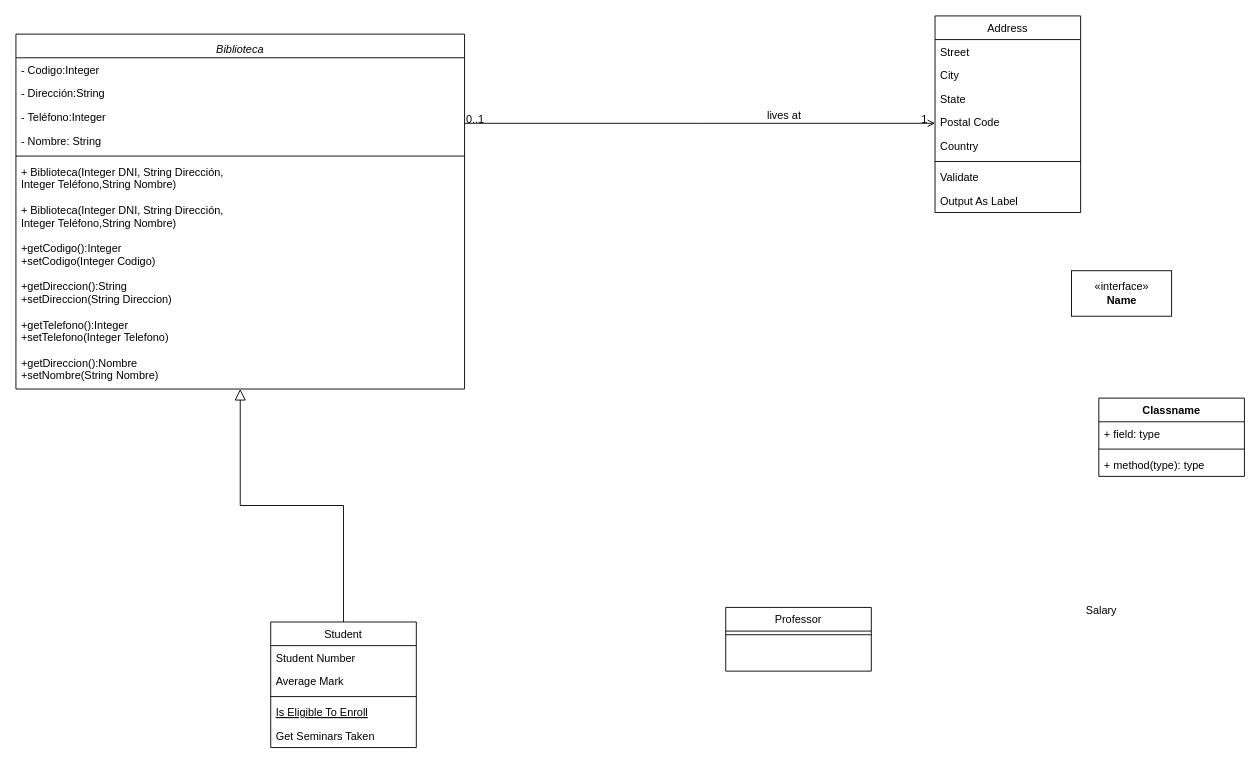
Above: Untitled Diagram.drawio in miguelmm1987/miguelmm1987 (draw.io), before the change. Source tidied: cells renumbered, new cells numbered last; positions are measured from the earlier drawing's top-left corner, leaving out a move shared by most shapes. Both pictures are drawn from the tidied source at 91%, with x=0, y=0 at pixel (15, 15).
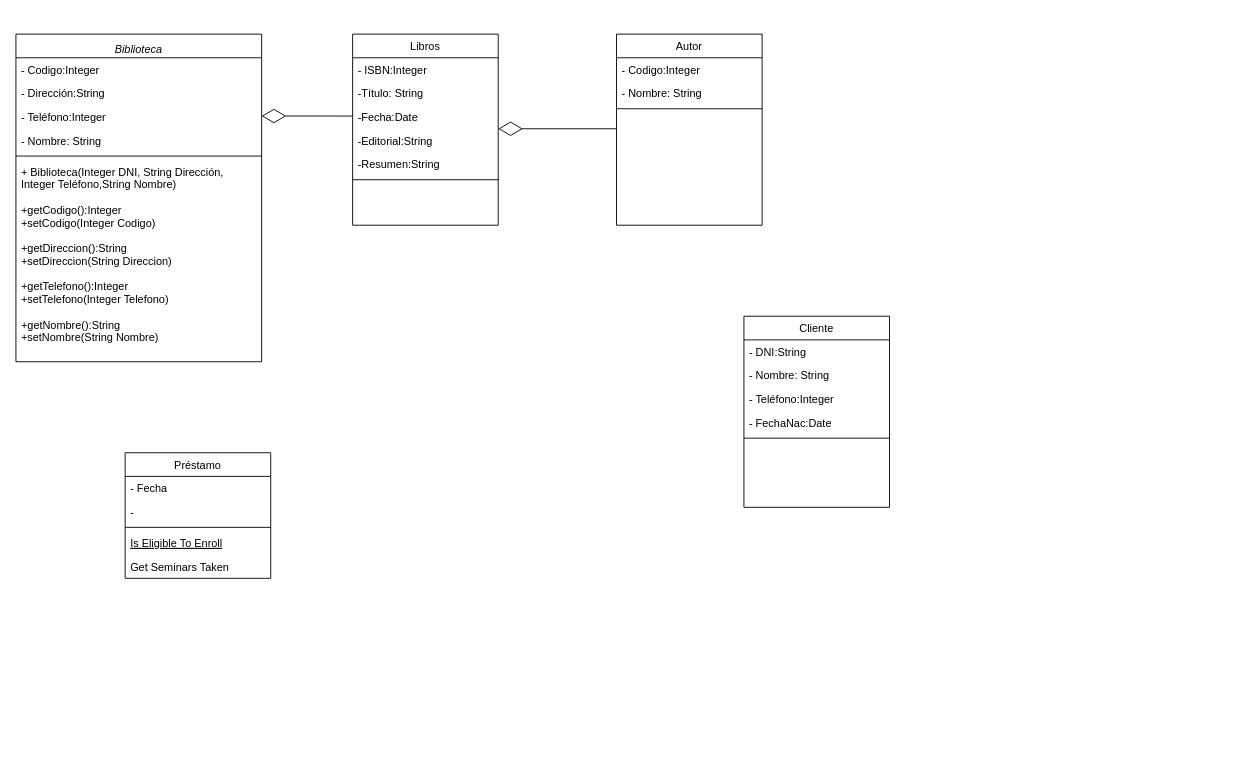
Above is the later version.

What changed in the source:
```diff
@@
     <mxCell id="2" value="Biblioteca" style="swimlane;fontStyle=2;align=center;verticalAlign=bottom;horizontal=1;startSize=26;rounded=0;shadow=0;strokeWidth=1;" parent="1" vertex="1">
-      <mxGeometry y="20" width="493" height="390" as="geometry" />
+      <mxGeometry y="20" width="270" height="360" as="geometry" />
     </mxCell>
     <mxCell id="3" value="- Codigo:Integer" style="text;align=left;verticalAlign=middle;spacingLeft=4;spacingRight=4;overflow=hidden;" parent="2" vertex="1">
-      <mxGeometry y="26" width="493" height="26" as="geometry" />
+      <mxGeometry y="26" width="270" height="26" as="geometry" />
     </mxCell>
     <mxCell id="4" value="- Dirección:String" style="text;align=left;verticalAlign=top;spacingLeft=4;spacingRight=4;overflow=hidden;rounded=0;shadow=0;html=0;" parent="2" vertex="1">
-      <mxGeometry y="52" width="493" height="26" as="geometry" />
+      <mxGeometry y="52" width="270" height="26" as="geometry" />
     </mxCell>
     <mxCell id="5" value="- Teléfono:Integer" style="text;align=left;verticalAlign=top;spacingLeft=4;spacingRight=4;overflow=hidden;rounded=0;shadow=0;html=0;" parent="2" vertex="1">
-      <mxGeometry y="78" width="493" height="26" as="geometry" />
+      <mxGeometry y="78" width="270" height="26" as="geometry" />
     </mxCell>
     <mxCell id="6" value="- Nombre: String" style="text;align=left;verticalAlign=top;spacingLeft=4;spacingRight=4;overflow=hidden;rounded=0;shadow=0;html=0;" parent="2" vertex="1">
-      <mxGeometry y="104" width="493" height="26" as="geometry" />
+      <mxGeometry y="104" width="270" height="26" as="geometry" />
     </mxCell>
     <mxCell id="7" style="line;html=1;strokeWidth=1;align=left;verticalAlign=middle;spacingTop=-1;spacingLeft=3;spacingRight=3;labelPosition=right;" parent="2" vertex="1">
-      <mxGeometry y="130" width="493" height="8" as="geometry" />
+      <mxGeometry y="130" width="270" height="8" as="geometry" />
     </mxCell>
     <mxCell id="8" value="+ Biblioteca(Integer DNI, String Dirección,&#10; Integer Teléfono,String Nombre)" style="text;align=left;verticalAlign=top;spacingLeft=4;spacingRight=4;overflow=hidden;rounded=0;shadow=0;html=0;" parent="2" vertex="1">
-      <mxGeometry y="138" width="493" height="42" as="geometry" />
+      <mxGeometry y="138" width="270" height="42" as="geometry" />
     </mxCell>
-    <mxCell id="9" value="+ Biblioteca(Integer DNI, String Dirección,&#10;Integer Teléfono,String Nombre)" style="text;align=left;verticalAlign=top;spacingLeft=4;spacingRight=4;overflow=hidden;rounded=0;shadow=0;html=0;" parent="2" vertex="1">
-      <mxGeometry y="180" width="493" height="42" as="geometry" />
-    </mxCell>
     <mxCell id="10" value="+getCodigo():Integer&#10;+setCodigo(Integer Codigo)&#10;" style="text;align=left;verticalAlign=top;spacingLeft=4;spacingRight=4;overflow=hidden;rounded=0;shadow=0;html=0;" parent="2" vertex="1">
-      <mxGeometry y="222" width="493" height="42" as="geometry" />
+      <mxGeometry y="180" width="270" height="42" as="geometry" />
     </mxCell>
     <mxCell id="11" value="+getDireccion():String&#10;+setDireccion(String Direccion)&#10;" style="text;align=left;verticalAlign=top;spacingLeft=4;spacingRight=4;overflow=hidden;rounded=0;shadow=0;html=0;" parent="2" vertex="1">
-      <mxGeometry y="264" width="493" height="42" as="geometry" />
+      <mxGeometry y="222" width="270" height="42" as="geometry" />
     </mxCell>
     <mxCell id="12" value="+getTelefono():Integer&#10;+setTelefono(Integer Telefono)" style="text;align=left;verticalAlign=top;spacingLeft=4;spacingRight=4;overflow=hidden;rounded=0;shadow=0;html=0;" parent="2" vertex="1">
-      <mxGeometry y="306" width="493" height="42" as="geometry" />
+      <mxGeometry y="264" width="270" height="42" as="geometry" />
     </mxCell>
-    <mxCell id="13" value="+getDireccion():Nombre&#10;+setNombre(String Nombre)&#10;" style="text;align=left;verticalAlign=top;spacingLeft=4;spacingRight=4;overflow=hidden;rounded=0;shadow=0;html=0;" parent="2" vertex="1">
-      <mxGeometry y="348" width="493" height="42" as="geometry" />
+    <mxCell id="13" value="+getNombre():String&#10;+setNombre(String Nombre)&#10;" style="text;align=left;verticalAlign=top;spacingLeft=4;spacingRight=4;overflow=hidden;rounded=0;shadow=0;html=0;" parent="2" vertex="1">
+      <mxGeometry y="306" width="270" height="42" as="geometry" />
     </mxCell>
-    <mxCell id="14" value="Student" style="swimlane;fontStyle=0;align=center;verticalAlign=top;horizontal=1;startSize=26;rounded=0;shadow=0;strokeWidth=1;" parent="1" vertex="1">
-      <mxGeometry x="280" y="666" width="160" height="138" as="geometry" />
+    <mxCell id="14" value="Préstamo" style="swimlane;fontStyle=0;align=center;verticalAlign=top;horizontal=1;startSize=26;rounded=0;shadow=0;strokeWidth=1;" parent="1" vertex="1">
+      <mxGeometry x="120" y="480" width="160" height="138" as="geometry" />
     </mxCell>
-    <mxCell id="15" value="Student Number" style="text;align=left;verticalAlign=top;spacingLeft=4;spacingRight=4;overflow=hidden;" parent="14" vertex="1">
+    <mxCell id="15" value="- Fecha" style="text;align=left;verticalAlign=top;spacingLeft=4;spacingRight=4;overflow=hidden;" parent="14" vertex="1">
       <mxGeometry y="26" width="160" height="26" as="geometry" />
     </mxCell>
-    <mxCell id="16" value="Average Mark" style="text;align=left;verticalAlign=top;spacingLeft=4;spacingRight=4;overflow=hidden;rounded=0;shadow=0;html=0;" parent="14" vertex="1">
+    <mxCell id="16" value="- " style="text;align=left;verticalAlign=top;spacingLeft=4;spacingRight=4;overflow=hidden;rounded=0;shadow=0;html=0;" parent="14" vertex="1">
       <mxGeometry y="52" width="160" height="26" as="geometry" />
     </mxCell>
@@
-    <mxCell id="20" style="endArrow=block;endSize=10;endFill=0;shadow=0;strokeWidth=1;rounded=0;edgeStyle=elbowEdgeStyle;elbow=vertical;" parent="1" edge="1" source="14" target="2">
-      <mxGeometry relative="1" as="geometry" />
-    </mxCell>
-    <mxCell id="21" value="Professor" style="swimlane;fontStyle=0;align=center;verticalAlign=top;horizontal=1;startSize=26;rounded=0;shadow=0;strokeWidth=1;" parent="1" vertex="1">
-      <mxGeometry x="780" y="650" width="160" height="70" as="geometry" />
-    </mxCell>
-    <mxCell id="22" style="line;html=1;strokeWidth=1;align=left;verticalAlign=middle;spacingTop=-1;spacingLeft=3;spacingRight=3;labelPosition=right;" parent="21" vertex="1">
-      <mxGeometry y="26" width="160" height="8" as="geometry" />
-    </mxCell>
-    <mxCell id="23" value="Address" style="swimlane;fontStyle=0;align=center;verticalAlign=top;horizontal=1;startSize=26;rounded=0;shadow=0;strokeWidth=1;" parent="1" vertex="1">
-      <mxGeometry x="1010" width="160" height="216" as="geometry" />
+    <mxCell id="23" value="Libros" style="swimlane;fontStyle=0;align=center;verticalAlign=top;horizontal=1;startSize=26;rounded=0;shadow=0;strokeWidth=1;" parent="1" vertex="1">
+      <mxGeometry x="370" y="20" width="160" height="210" as="geometry" />
     </mxCell>
-    <mxCell id="24" value="Street" style="text;align=left;verticalAlign=top;spacingLeft=4;spacingRight=4;overflow=hidden;" parent="23" vertex="1">
-      <mxGeometry y="26" width="160" height="26" as="geometry" />
-    </mxCell>
+    <mxCell id="42" value="- ISBN:Integer" style="text;align=left;verticalAlign=middle;spacingLeft=4;spacingRight=4;overflow=hidden;" parent="23" vertex="1">
+      <mxGeometry y="26" width="160" height="26" as="geometry" />
+    </mxCell>
-    <mxCell id="25" value="City" style="text;align=left;verticalAlign=top;spacingLeft=4;spacingRight=4;overflow=hidden;rounded=0;shadow=0;html=0;" parent="23" vertex="1">
+    <mxCell id="25" value="-Título: String" style="text;align=left;verticalAlign=top;spacingLeft=4;spacingRight=4;overflow=hidden;rounded=0;shadow=0;html=0;" parent="23" vertex="1">
       <mxGeometry y="52" width="160" height="26" as="geometry" />
     </mxCell>
-    <mxCell id="26" value="State" style="text;align=left;verticalAlign=top;spacingLeft=4;spacingRight=4;overflow=hidden;points=[[0,0.5],[1,0.5]];portConstraint=eastwest;rounded=0;shadow=0;html=0;" parent="23" vertex="1">
+    <mxCell id="26" value="-Fecha:Date" style="text;align=left;verticalAlign=top;spacingLeft=4;spacingRight=4;overflow=hidden;points=[[0,0.5],[1,0.5]];portConstraint=eastwest;rounded=0;shadow=0;html=0;" parent="23" vertex="1">
       <mxGeometry y="78" width="160" height="26" as="geometry" />
     </mxCell>
+    <mxCell id="43" value="-Editorial:String" style="text;align=left;verticalAlign=top;spacingLeft=4;spacingRight=4;overflow=hidden;rounded=0;shadow=0;html=0;" parent="23" vertex="1">
+      <mxGeometry y="104" width="160" height="26" as="geometry" />
+    </mxCell>
-    <mxCell id="27" value="Postal Code" style="text;align=left;verticalAlign=top;spacingLeft=4;spacingRight=4;overflow=hidden;rounded=0;shadow=0;html=0;" parent="23" vertex="1">
-      <mxGeometry y="104" width="160" height="26" as="geometry" />
+    <mxCell id="27" value="-Resumen:String" style="text;align=left;verticalAlign=top;spacingLeft=4;spacingRight=4;overflow=hidden;rounded=0;shadow=0;html=0;" parent="23" vertex="1">
+      <mxGeometry y="130" width="160" height="26" as="geometry" />
     </mxCell>
-    <mxCell id="28" value="Country" style="text;align=left;verticalAlign=top;spacingLeft=4;spacingRight=4;overflow=hidden;rounded=0;shadow=0;html=0;" parent="23" vertex="1">
-      <mxGeometry y="130" width="160" height="26" as="geometry" />
-    </mxCell>
@@
-    <mxCell id="30" value="Validate" style="text;align=left;verticalAlign=top;spacingLeft=4;spacingRight=4;overflow=hidden;" parent="23" vertex="1">
-      <mxGeometry y="164" width="160" height="26" as="geometry" />
-    </mxCell>
-    <mxCell id="31" value="Output As Label" style="text;align=left;verticalAlign=top;spacingLeft=4;spacingRight=4;overflow=hidden;" parent="23" vertex="1">
-      <mxGeometry y="190" width="160" height="26" as="geometry" />
-    </mxCell>
-    <mxCell id="32" style="endArrow=open;shadow=0;strokeWidth=1;rounded=0;endFill=1;edgeStyle=elbowEdgeStyle;elbow=vertical;" parent="1" edge="1" source="2" target="23">
-      <mxGeometry x="0.5" y="41" relative="1" as="geometry">
-        <mxPoint x="-40" y="32" as="offset" />
-      </mxGeometry>
-    </mxCell>
-    <mxCell id="33" value="0..1" style="align=left;verticalAlign=bottom;labelBackgroundColor=none;fontSize=12;" parent="32" vertex="1">
-      <mxGeometry x="-1" relative="1" as="geometry">
-        <mxPoint y="4" as="offset" />
-      </mxGeometry>
-    </mxCell>
-    <mxCell id="34" value="1" style="align=right;verticalAlign=bottom;labelBackgroundColor=none;fontSize=12;" parent="32" vertex="1">
-      <mxGeometry x="1" relative="1" as="geometry">
-        <mxPoint x="-7" y="4" as="offset" />
-      </mxGeometry>
-    </mxCell>
-    <mxCell id="35" value="lives at" style="text;html=1;align=center;verticalAlign=middle;labelBackgroundColor=none;rounded=0;shadow=0;strokeWidth=1;fontSize=12;" parent="32" vertex="1">
-      <mxGeometry x="0.5" y="49" relative="1" as="geometry">
-        <mxPoint x="-38" y="40" as="offset" />
-      </mxGeometry>
-    </mxCell>
-    <mxCell id="36" value="Classname" style="swimlane;fontStyle=1;align=center;verticalAlign=top;horizontal=1;startSize=26;" parent="1" vertex="1">
-      <mxGeometry x="1190" y="420" width="160" height="86" as="geometry" />
-    </mxCell>
-    <mxCell id="37" value="+ field: type" style="text;strokeColor=none;fillColor=none;align=left;verticalAlign=top;spacingLeft=4;spacingRight=4;overflow=hidden;" parent="36" vertex="1">
-      <mxGeometry y="26" width="160" height="26" as="geometry" />
-    </mxCell>
-    <mxCell id="38" style="line;strokeWidth=1;fillColor=none;align=left;verticalAlign=middle;spacingTop=-1;spacingLeft=3;spacingRight=3;labelPosition=right;" parent="36" vertex="1">
-      <mxGeometry y="52" width="160" height="8" as="geometry" />
-    </mxCell>
-    <mxCell id="39" value="+ method(type): type" style="text;strokeColor=none;fillColor=none;align=left;verticalAlign=top;spacingLeft=4;spacingRight=4;overflow=hidden;" parent="36" vertex="1">
-      <mxGeometry y="60" width="160" height="26" as="geometry" />
-    </mxCell>
-    <mxCell id="40" value="&amp;laquo;interface&amp;raquo;&lt;br&gt;&lt;b&gt;Name&lt;/b&gt;" style="html=1;" parent="1" vertex="1">
-      <mxGeometry x="1160" y="280" width="110" height="50" as="geometry" />
-    </mxCell>
-    <mxCell id="41" value="Salary" style="text;align=left;verticalAlign=top;spacingLeft=4;spacingRight=4;overflow=hidden;" parent="1" vertex="1">
-      <mxGeometry x="1170" y="640" width="160" height="26" as="geometry" />
-    </mxCell>
+    <mxCell id="44" value="Autor" style="swimlane;fontStyle=0;align=center;verticalAlign=top;horizontal=1;startSize=26;rounded=0;shadow=0;strokeWidth=1;" parent="1" vertex="1">
+      <mxGeometry x="660" y="20" width="160" height="210" as="geometry" />
+    </mxCell>
+    <mxCell id="45" value="- Codigo:Integer" style="text;align=left;verticalAlign=middle;spacingLeft=4;spacingRight=4;overflow=hidden;" parent="44" vertex="1">
+      <mxGeometry y="26" width="160" height="26" as="geometry" />
+    </mxCell>
+    <mxCell id="46" value="- Nombre: String" style="text;align=left;verticalAlign=top;spacingLeft=4;spacingRight=4;overflow=hidden;rounded=0;shadow=0;html=0;" parent="44" vertex="1">
+      <mxGeometry y="52" width="160" height="26" as="geometry" />
+    </mxCell>
+    <mxCell id="47" style="line;html=1;strokeWidth=1;align=left;verticalAlign=middle;spacingTop=-1;spacingLeft=3;spacingRight=3;labelPosition=right;" parent="44" vertex="1">
+      <mxGeometry y="78" width="160" height="8" as="geometry" />
+    </mxCell>
+    <mxCell id="48" style="endArrow=diamondThin;endFill=0;endSize=24;html=1;" parent="44" edge="1">
+      <mxGeometry relative="1" as="geometry">
+        <mxPoint y="104" as="sourcePoint" />
+        <mxPoint x="-130" y="104" as="targetPoint" />
+      </mxGeometry>
+    </mxCell>
+    <mxCell id="49" value="Cliente" style="swimlane;fontStyle=0;align=center;verticalAlign=top;horizontal=1;startSize=26;rounded=0;shadow=0;strokeWidth=1;" parent="1" vertex="1">
+      <mxGeometry x="800" y="330" width="160" height="210" as="geometry" />
+    </mxCell>
+    <mxCell id="50" value="- DNI:String" style="text;align=left;verticalAlign=middle;spacingLeft=4;spacingRight=4;overflow=hidden;" parent="49" vertex="1">
+      <mxGeometry y="26" width="160" height="26" as="geometry" />
+    </mxCell>
+    <mxCell id="51" value="- Nombre: String" style="text;align=left;verticalAlign=top;spacingLeft=4;spacingRight=4;overflow=hidden;rounded=0;shadow=0;html=0;" parent="49" vertex="1">
+      <mxGeometry y="52" width="160" height="26" as="geometry" />
+    </mxCell>
+    <mxCell id="52" value="- Teléfono:Integer" style="text;align=left;verticalAlign=top;spacingLeft=4;spacingRight=4;overflow=hidden;rounded=0;shadow=0;html=0;" parent="49" vertex="1">
+      <mxGeometry y="78" width="160" height="26" as="geometry" />
+    </mxCell>
+    <mxCell id="53" value="- FechaNac:Date" style="text;align=left;verticalAlign=top;spacingLeft=4;spacingRight=4;overflow=hidden;rounded=0;shadow=0;html=0;" parent="49" vertex="1">
+      <mxGeometry y="104" width="160" height="26" as="geometry" />
+    </mxCell>
+    <mxCell id="54" style="line;html=1;strokeWidth=1;align=left;verticalAlign=middle;spacingTop=-1;spacingLeft=3;spacingRight=3;labelPosition=right;" parent="49" vertex="1">
+      <mxGeometry y="130" width="160" height="8" as="geometry" />
+    </mxCell>
+    <mxCell id="55" style="endArrow=diamondThin;endFill=0;endSize=24;html=1;exitX=0;exitY=0.462;exitDx=0;exitDy=0;exitPerimeter=0;" parent="1" edge="1" source="26">
+      <mxGeometry relative="1" as="geometry">
+        <mxPoint x="270" y="110" as="targetPoint" />
+      </mxGeometry>
+    </mxCell>
```
